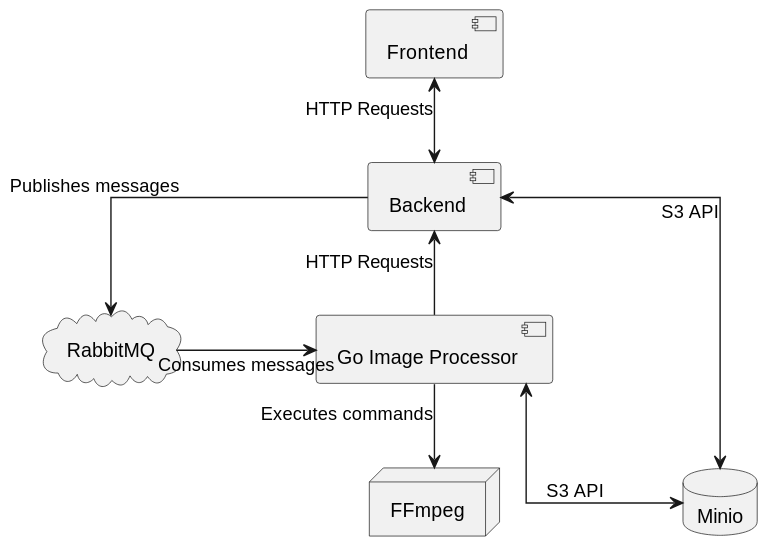
The PlantUML diagram docs/architecture.svg in mi-classroom/mi-web-technologien-beiboot-ss2024-gutentag2012, before a commit. The source it was exported from:
```plantuml
@startuml
skinparam linetype ortho
skinparam nodesep 100

[Go Image Processor]
[Backend]
[Frontend]

cloud RabbitMQ
node FFmpeg
database "Minio"

[Frontend] <--> [Backend] : HTTP Requests

[Backend] <--> [Minio] : S3 API
[Backend] -r-> [RabbitMQ] : Publishes messages
[RabbitMQ] -r-> [Go Image Processor] : Consumes messages

[Go Image Processor] --> [Backend] : HTTP Requests
[Go Image Processor] --> [FFmpeg] : Executes commands
[Go Image Processor] <--> [Minio] : S3 API
@enduml
```
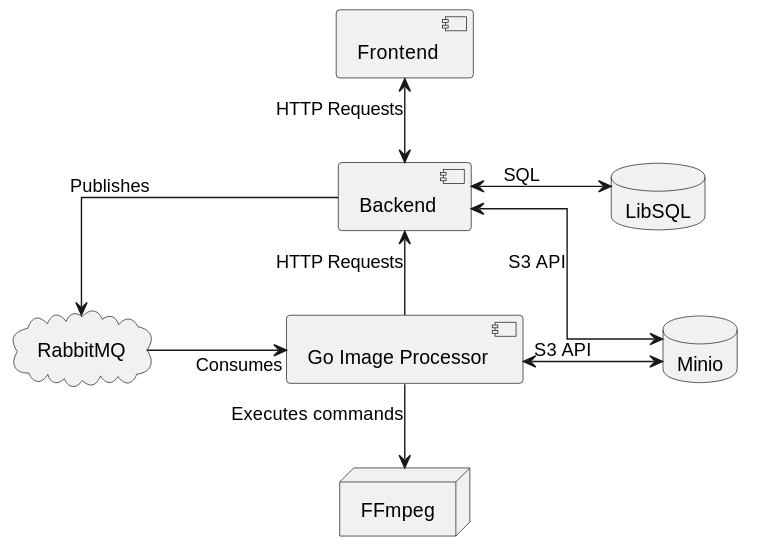
After the commit.

Commit message:
docs: update architecture diagram + timings

The edit, as a diff of the source:
```diff
@@ -8,15 +8,17 @@
 
 cloud RabbitMQ
 node FFmpeg
+database "LibSQL"
 database "Minio"
 
 [Frontend] <--> [Backend] : HTTP Requests
 
 [Backend] <--> [Minio] : S3 API
-[Backend] -r-> [RabbitMQ] : Publishes messages
-[RabbitMQ] -r-> [Go Image Processor] : Consumes messages
+[Backend] <-r-> [LibSQL] : SQL
+[Backend] -r-> [RabbitMQ] : Publishes
+[RabbitMQ] -r-> [Go Image Processor] : Consumes
 
 [Go Image Processor] --> [Backend] : HTTP Requests
 [Go Image Processor] --> [FFmpeg] : Executes commands
-[Go Image Processor] <--> [Minio] : S3 API
+[Go Image Processor] <-r-> [Minio] : S3 API
 @enduml
```
